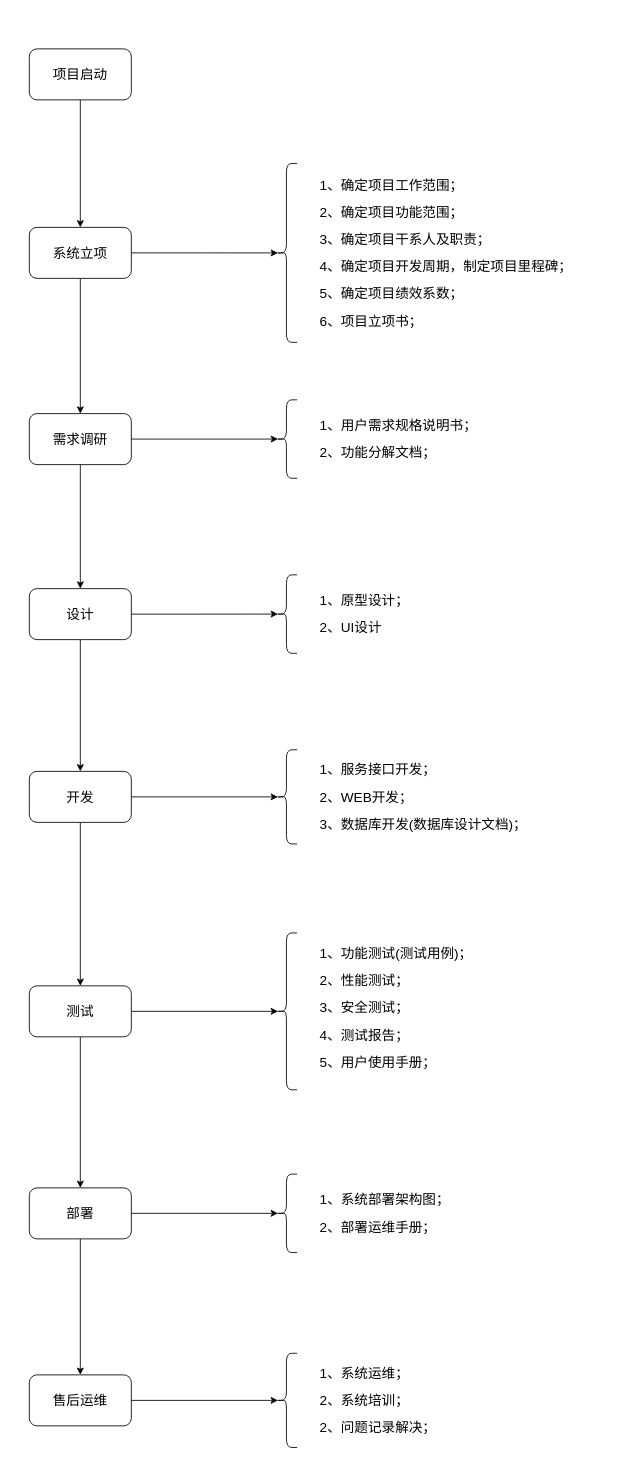
Above: 项目管理&绩效考核.drawio in z-cloud-z/draw (draw.io), before the change. Source tidied: cells renumbered, new cells numbered last; positions are measured from the earlier drawing's top-left corner, leaving out a move shared by most shapes. Both pictures are drawn from the tidied source at 85%, with x=0, y=0 at pixel (29, 48).
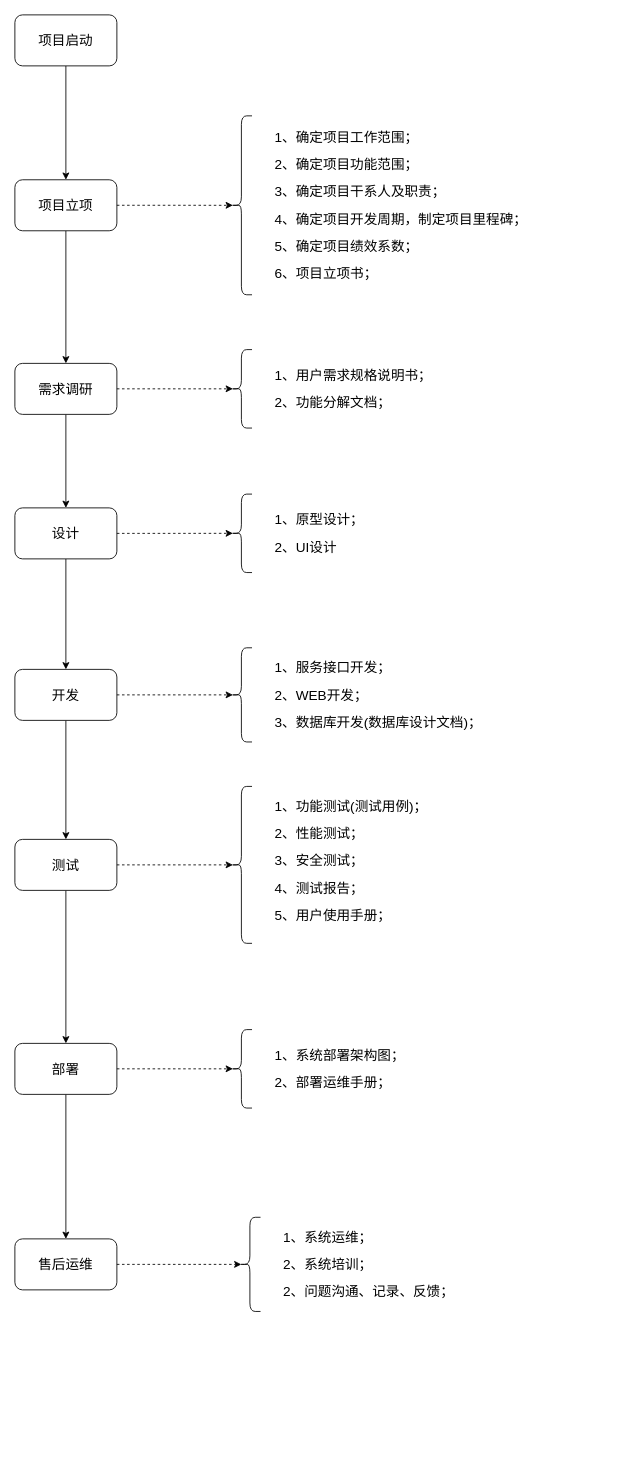
The same page after the edit.

Commit message:
更新项目管理&绩效考核.drawio

Unchanged cells that the change refers to:
```xml
<mxCell id="19" style="shape=curlyBracket;whiteSpace=wrap;html=1;rounded=1;labelPosition=left;verticalLabelPosition=middle;align=right;verticalAlign=middle;fontSize=16;" parent="18" vertex="1">
  <mxGeometry y="8.8" width="25" height="210.5" as="geometry" />
</mxCell>
<mxCell id="28" style="shape=curlyBracket;whiteSpace=wrap;html=1;rounded=1;labelPosition=left;verticalLabelPosition=middle;align=right;verticalAlign=middle;fontSize=16;" parent="27" vertex="1">
  <mxGeometry y="3.8" width="25" height="92.3" as="geometry" />
</mxCell>
<mxCell id="31" style="shape=curlyBracket;whiteSpace=wrap;html=1;rounded=1;labelPosition=left;verticalLabelPosition=middle;align=right;verticalAlign=middle;fontSize=16;" parent="30" vertex="1">
  <mxGeometry y="3.8" width="25" height="92.3" as="geometry" />
</mxCell>
<mxCell id="34" style="shape=curlyBracket;whiteSpace=wrap;html=1;rounded=1;labelPosition=left;verticalLabelPosition=middle;align=right;verticalAlign=middle;fontSize=16;" parent="33" vertex="1">
  <mxGeometry y="4.6" width="25" height="110.8" as="geometry" />
</mxCell>
<mxCell id="37" style="shape=curlyBracket;whiteSpace=wrap;html=1;rounded=1;labelPosition=left;verticalLabelPosition=middle;align=right;verticalAlign=middle;fontSize=16;" parent="36" vertex="1">
  <mxGeometry y="7.7" width="25" height="184.6" as="geometry" />
</mxCell>
<mxCell id="40" style="shape=curlyBracket;whiteSpace=wrap;html=1;rounded=1;labelPosition=left;verticalLabelPosition=middle;align=right;verticalAlign=middle;fontSize=16;" parent="39" vertex="1">
  <mxGeometry y="3.8" width="25" height="92.3" as="geometry" />
</mxCell>
<mxCell id="43" style="shape=curlyBracket;whiteSpace=wrap;html=1;rounded=1;labelPosition=left;verticalLabelPosition=middle;align=right;verticalAlign=middle;fontSize=16;" parent="42" vertex="1">
  <mxGeometry y="4.6" width="25" height="110.8" as="geometry" />
</mxCell>
```

What changed in the source:
```diff
@@
     <mxCell id="3" value="项目启动" style="rounded=1;whiteSpace=wrap;html=1;fontSize=16;" parent="1" vertex="1">
-      <mxGeometry width="120" height="60" as="geometry" />
+      <mxGeometry x="-17" y="-40" width="120" height="60" as="geometry" />
     </mxCell>
@@
-    <mxCell id="5" value="系统立项" style="whiteSpace=wrap;html=1;rounded=1;fontSize=16;" parent="1" vertex="1">
-      <mxGeometry y="210" width="120" height="60" as="geometry" />
+    <mxCell id="5" value="项目立项" style="whiteSpace=wrap;html=1;rounded=1;fontSize=16;" parent="1" vertex="1">
+      <mxGeometry x="-17" y="154" width="120" height="60" as="geometry" />
     </mxCell>
@@
     <mxCell id="7" value="需求调研" style="whiteSpace=wrap;html=1;rounded=1;fontSize=16;" parent="1" vertex="1">
-      <mxGeometry y="429.1" width="120" height="60" as="geometry" />
+      <mxGeometry x="-17" y="370" width="120" height="60" as="geometry" />
     </mxCell>
@@
     <mxCell id="9" value="设计" style="whiteSpace=wrap;html=1;rounded=1;fontSize=16;" parent="1" vertex="1">
-      <mxGeometry y="635" width="120" height="60" as="geometry" />
+      <mxGeometry x="-17" y="540" width="120" height="60" as="geometry" />
     </mxCell>
@@
     <mxCell id="11" value="开发" style="whiteSpace=wrap;html=1;rounded=1;fontSize=16;" parent="1" vertex="1">
-      <mxGeometry y="850" width="120" height="60" as="geometry" />
+      <mxGeometry x="-17" y="730" width="120" height="60" as="geometry" />
     </mxCell>
@@
     <mxCell id="13" value="测试" style="whiteSpace=wrap;html=1;rounded=1;fontSize=16;" parent="1" vertex="1">
-      <mxGeometry y="1102.3" width="120" height="60" as="geometry" />
+      <mxGeometry x="-17" y="930" width="120" height="60" as="geometry" />
     </mxCell>
@@
     <mxCell id="15" value="部署" style="whiteSpace=wrap;html=1;rounded=1;fontSize=16;" parent="1" vertex="1">
-      <mxGeometry y="1340" width="120" height="60" as="geometry" />
+      <mxGeometry x="-17" y="1170" width="120" height="60" as="geometry" />
     </mxCell>
     <mxCell id="16" value="售后运维" style="whiteSpace=wrap;html=1;rounded=1;fontSize=16;" parent="1" vertex="1">
-      <mxGeometry y="1560" width="120" height="60" as="geometry" />
+      <mxGeometry x="-17" y="1400" width="120" height="60" as="geometry" />
     </mxCell>
-    <mxCell id="17" style="edgeStyle=orthogonalEdgeStyle;rounded=0;jettySize=auto;html=1;exitX=1;exitY=0.5;exitDx=0;exitDy=0;entryX=0.1;entryY=0.5;entryDx=0;entryDy=0;entryPerimeter=0;fontSize=16;" parent="1" edge="1" source="5" target="19">
+    <mxCell id="17" style="edgeStyle=orthogonalEdgeStyle;rounded=0;jettySize=auto;html=1;exitX=1;exitY=0.5;exitDx=0;exitDy=0;entryX=0.1;entryY=0.5;entryDx=0;entryDy=0;entryPerimeter=0;fontSize=16;dashed=1;startArrow=none;startFill=0;" parent="1" edge="1" source="5" target="19">
       <mxGeometry relative="1" as="geometry" />
     </mxCell>
     <mxCell id="18" style="group;fontSize=16;" parent="1" vertex="1">
-      <mxGeometry x="290" y="126" width="400" height="228" as="geometry" />
+      <mxGeometry x="237" y="70" width="400" height="228" as="geometry" />
     </mxCell>
@@
-    <mxCell id="21" style="edgeStyle=orthogonalEdgeStyle;rounded=0;jettySize=auto;html=1;entryX=0.1;entryY=0.5;entryDx=0;entryDy=0;entryPerimeter=0;fontSize=16;" parent="1" edge="1" source="7" target="28">
+    <mxCell id="21" style="edgeStyle=orthogonalEdgeStyle;rounded=0;jettySize=auto;html=1;entryX=0.1;entryY=0.5;entryDx=0;entryDy=0;entryPerimeter=0;fontSize=16;dashed=1;" parent="1" edge="1" source="7" target="28">
       <mxGeometry relative="1" as="geometry" />
     </mxCell>
-    <mxCell id="22" style="edgeStyle=orthogonalEdgeStyle;rounded=0;jettySize=auto;html=1;entryX=0.1;entryY=0.5;entryDx=0;entryDy=0;entryPerimeter=0;fontSize=16;" parent="1" edge="1" source="9" target="31">
+    <mxCell id="22" style="edgeStyle=orthogonalEdgeStyle;rounded=0;jettySize=auto;html=1;entryX=0.1;entryY=0.5;entryDx=0;entryDy=0;entryPerimeter=0;fontSize=16;dashed=1;" parent="1" edge="1" source="9" target="31">
       <mxGeometry relative="1" as="geometry" />
     </mxCell>
-    <mxCell id="23" style="edgeStyle=orthogonalEdgeStyle;rounded=0;jettySize=auto;html=1;fontSize=16;entryX=0.1;entryY=0.5;entryDx=0;entryDy=0;entryPerimeter=0;" parent="1" edge="1" source="11" target="34">
+    <mxCell id="23" style="edgeStyle=orthogonalEdgeStyle;rounded=0;jettySize=auto;html=1;fontSize=16;entryX=0.1;entryY=0.5;entryDx=0;entryDy=0;entryPerimeter=0;dashed=1;" parent="1" edge="1" source="11" target="34">
       <mxGeometry relative="1" as="geometry" />
     </mxCell>
-    <mxCell id="24" style="edgeStyle=orthogonalEdgeStyle;rounded=0;jettySize=auto;html=1;fontSize=16;entryX=0.1;entryY=0.5;entryDx=0;entryDy=0;entryPerimeter=0;" parent="1" edge="1" source="13" target="37">
+    <mxCell id="24" style="edgeStyle=orthogonalEdgeStyle;rounded=0;jettySize=auto;html=1;fontSize=16;entryX=0.1;entryY=0.5;entryDx=0;entryDy=0;entryPerimeter=0;dashed=1;" parent="1" edge="1" source="13" target="37">
       <mxGeometry relative="1" as="geometry" />
     </mxCell>
-    <mxCell id="25" style="edgeStyle=orthogonalEdgeStyle;rounded=0;jettySize=auto;html=1;entryX=0.1;entryY=0.5;entryDx=0;entryDy=0;entryPerimeter=0;fontSize=16;" parent="1" edge="1" source="15" target="40">
+    <mxCell id="25" style="edgeStyle=orthogonalEdgeStyle;rounded=0;jettySize=auto;html=1;entryX=0.1;entryY=0.5;entryDx=0;entryDy=0;entryPerimeter=0;fontSize=16;dashed=1;" parent="1" edge="1" source="15" target="40">
       <mxGeometry relative="1" as="geometry" />
     </mxCell>
-    <mxCell id="26" style="edgeStyle=orthogonalEdgeStyle;rounded=0;jettySize=auto;html=1;entryX=0.1;entryY=0.5;entryDx=0;entryDy=0;entryPerimeter=0;fontSize=16;" parent="1" edge="1" source="16" target="43">
+    <mxCell id="26" style="edgeStyle=orthogonalEdgeStyle;rounded=0;jettySize=auto;html=1;entryX=0.1;entryY=0.5;entryDx=0;entryDy=0;entryPerimeter=0;fontSize=16;dashed=1;" parent="1" edge="1" source="16" target="43">
       <mxGeometry relative="1" as="geometry" />
     </mxCell>
     <mxCell id="27" style="group;fontSize=16;" parent="1" vertex="1">
-      <mxGeometry x="290" y="409.1" width="400" height="100" as="geometry" />
+      <mxGeometry x="237" y="350" width="400" height="100" as="geometry" />
     </mxCell>
@@
     <mxCell id="30" style="group;fontSize=16;" parent="1" vertex="1">
-      <mxGeometry x="290" y="615" width="400" height="100" as="geometry" />
+      <mxGeometry x="237" y="520" width="400" height="100" as="geometry" />
     </mxCell>
@@
     <mxCell id="33" style="group;fontSize=16;" parent="1" vertex="1">
-      <mxGeometry x="290" y="820" width="400" height="120" as="geometry" />
+      <mxGeometry x="237" y="700" width="400" height="120" as="geometry" />
     </mxCell>
@@
     <mxCell id="36" style="group;fontSize=16;" parent="1" vertex="1">
-      <mxGeometry x="290" y="1032.3" width="400" height="200" as="geometry" />
+      <mxGeometry x="237" y="860" width="400" height="200" as="geometry" />
     </mxCell>
@@
     <mxCell id="39" style="group;fontSize=16;" parent="1" vertex="1">
-      <mxGeometry x="290" y="1320" width="400" height="100" as="geometry" />
+      <mxGeometry x="237" y="1150" width="400" height="100" as="geometry" />
     </mxCell>
@@
     <mxCell id="42" style="group;fontSize=16;" parent="1" vertex="1">
-      <mxGeometry x="290" y="1530" width="400" height="120" as="geometry" />
+      <mxGeometry x="247" y="1370" width="400" height="120" as="geometry" />
     </mxCell>
@@
-    <mxCell id="44" value="&lt;p style=&quot;line-height: 100%;&quot;&gt;1、系统运维；&lt;/p&gt;&lt;p style=&quot;line-height: 100%;&quot;&gt;2、系统培训；&lt;/p&gt;&lt;p style=&quot;line-height: 100%;&quot;&gt;2、问题记录解决；&lt;/p&gt;" style="text;html=1;strokeColor=none;fillColor=none;align=left;verticalAlign=middle;whiteSpace=wrap;rounded=0;horizontal=1;fontSize=16;" parent="42" vertex="1">
+    <mxCell id="44" value="&lt;p style=&quot;line-height: 100%;&quot;&gt;1、系统运维；&lt;/p&gt;&lt;p style=&quot;line-height: 100%;&quot;&gt;2、系统培训；&lt;/p&gt;&lt;p style=&quot;line-height: 100%;&quot;&gt;2、问题沟通、记录、反馈；&lt;/p&gt;" style="text;html=1;strokeColor=none;fillColor=none;align=left;verticalAlign=middle;whiteSpace=wrap;rounded=0;horizontal=1;fontSize=16;" parent="42" vertex="1">
       <mxGeometry x="50" width="350" height="120" as="geometry" />
     </mxCell>
```
